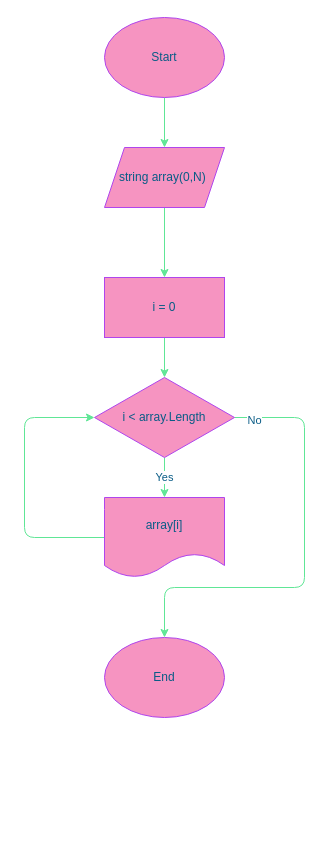
Before: page "PrintArray method" (3 of 5) of Block_diagram.drawio in RumyancevaOlga/Final_verification_test, a draw.io diagram. Source tidied: cells renumbered, new cells numbered last; positions are measured from the earlier drawing's top-left corner, leaving out a move shared by most shapes. Both pictures are drawn from the tidied source at 100%, with x=0, y=0 at pixel (24, 17).
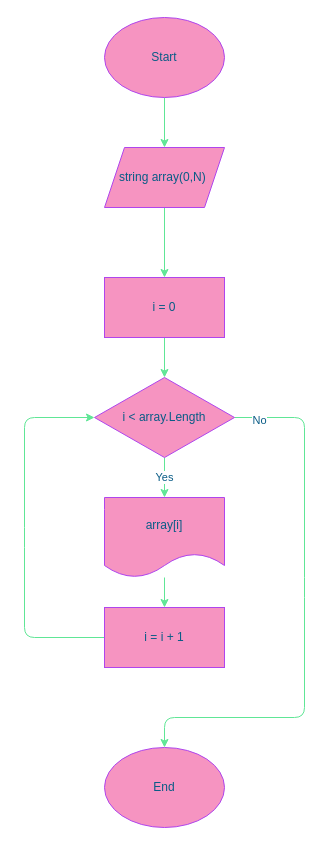
The same page after the edit.

Unchanged cells that the change refers to:
```xml
<mxCell id="10" value="i &amp;lt; array.Length" style="rhombus;whiteSpace=wrap;html=1;fillColor=#F694C1;strokeColor=#AF45ED;fontColor=#095C86;" parent="1" vertex="1">
  <mxGeometry x="70" y="360" width="140" height="80" as="geometry" />
</mxCell>
<mxCell id="12" value="array[i]" style="shape=document;whiteSpace=wrap;html=1;boundedLbl=1;fillColor=#F694C1;strokeColor=#AF45ED;fontColor=#095C86;" parent="1" vertex="1">
  <mxGeometry x="80" y="480" width="120" height="80" as="geometry" />
</mxCell>
```

What changed in the source:
```diff
@@
     <mxCell id="8" style="edgeStyle=none;html=1;entryX=0.5;entryY=0;entryDx=0;entryDy=0;exitX=1;exitY=0.5;exitDx=0;exitDy=0;strokeColor=#60E696;fontColor=#095C86;" parent="1" edge="1" source="10" target="13">
       <mxGeometry relative="1" as="geometry">
         <Array as="points">
           <mxPoint x="280" y="400" />
           <mxPoint x="280" y="570" />
-          <mxPoint x="140" y="570" />
+          <mxPoint x="280" y="700" />
+          <mxPoint x="140" y="700" />
         </Array>
       </mxGeometry>
     </mxCell>
@@
-    <mxCell id="11" style="edgeStyle=none;html=1;entryX=0;entryY=0.5;entryDx=0;entryDy=0;strokeColor=#60E696;fontColor=#095C86;" parent="1" edge="1" source="12" target="10">
+    <mxCell id="11" style="edgeStyle=none;html=1;entryX=0;entryY=0.5;entryDx=0;entryDy=0;strokeColor=#60E696;fontColor=#095C86;exitX=0;exitY=0.5;exitDx=0;exitDy=0;" parent="1" edge="1" source="16" target="10">
       <mxGeometry relative="1" as="geometry">
         <Array as="points">
+          <mxPoint y="620" />
           <mxPoint y="520" />
           <mxPoint y="400" />
         </Array>
       </mxGeometry>
     </mxCell>
+    <mxCell id="15" style="edgeStyle=none;html=1;fontColor=#095C86;strokeColor=#60E696;" parent="1" edge="1" source="12" target="16">
+      <mxGeometry relative="1" as="geometry" />
+    </mxCell>
@@
     <mxCell id="13" value="End" style="ellipse;whiteSpace=wrap;html=1;fillColor=#F694C1;strokeColor=#AF45ED;fontColor=#095C86;" parent="1" vertex="1">
-      <mxGeometry x="80" y="620" width="120" height="80" as="geometry" />
+      <mxGeometry x="80" y="730" width="120" height="80" as="geometry" />
     </mxCell>
@@
+    <mxCell id="16" value="i = i + 1" style="rounded=0;whiteSpace=wrap;html=1;fillColor=#F694C1;strokeColor=#AF45ED;fontColor=#095C86;" parent="1" vertex="1">
+      <mxGeometry x="80" y="590" width="120" height="60" as="geometry" />
+    </mxCell>
```
